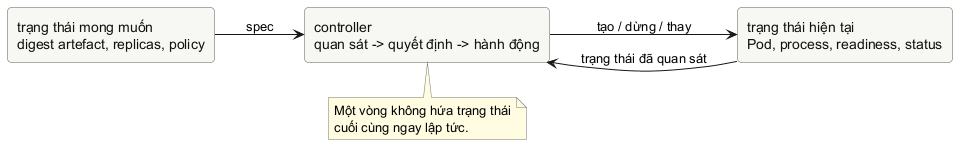
Above: assets/diagrams/reconciliation-loop.png in Minhlike/Golang (PlantUML), before the change. Its diagram source:
```plantuml
@startuml
left to right direction
skinparam shadowing false
skinparam defaultFontName "Source Sans 3"
skinparam rectangle {
  BackgroundColor #F7F7F4
  BorderColor #5D5D5D
  FontColor #111111
  RoundCorner 8
}
skinparam note {
  BackgroundColor #FFFCE1
  BorderColor #777777
}

rectangle "trạng thái mong muốn\ndigest artefact, replicas, policy" as desired
rectangle "controller\nquan sát -> quyết định -> hành động" as controller
rectangle "trạng thái hiện tại\nPod, process, readiness, status" as current

desired --> controller : spec
current --> controller : trạng thái đã quan sát
controller --> current : tạo / dừng / thay

note bottom of controller
  Một vòng không hứa trạng thái
  cuối cùng ngay lập tức.
end note
@enduml
```
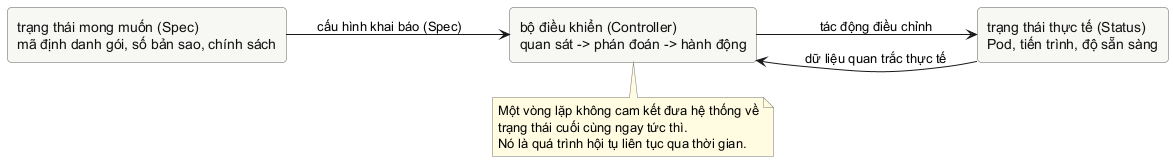
The same file after the commit.

What changed in the source:
```diff
@@ -13,16 +13,17 @@
   BorderColor #777777
 }
 
-rectangle "trạng thái mong muốn\ndigest artefact, replicas, policy" as desired
-rectangle "controller\nquan sát -> quyết định -> hành động" as controller
-rectangle "trạng thái hiện tại\nPod, process, readiness, status" as current
+rectangle "trạng thái mong muốn (Spec)\nmã định danh gói, số bản sao, chính sách" as desired
+rectangle "bộ điều khiển (Controller)\nquan sát -> phán đoán -> hành động" as controller
+rectangle "trạng thái thực tế (Status)\nPod, tiến trình, độ sẵn sàng" as current
 
-desired --> controller : spec
-current --> controller : trạng thái đã quan sát
-controller --> current : tạo / dừng / thay
+desired --> controller : cấu hình khai báo (Spec)
+current --> controller : dữ liệu quan trắc thực tế
+controller --> current : tác động điều chỉnh
 
 note bottom of controller
-  Một vòng không hứa trạng thái
-  cuối cùng ngay lập tức.
+  Một vòng lặp không cam kết đưa hệ thống về
+  trạng thái cuối cùng ngay tức thì.
+  Nó là quá trình hội tụ liên tục qua thời gian.
 end note
 @enduml
```
